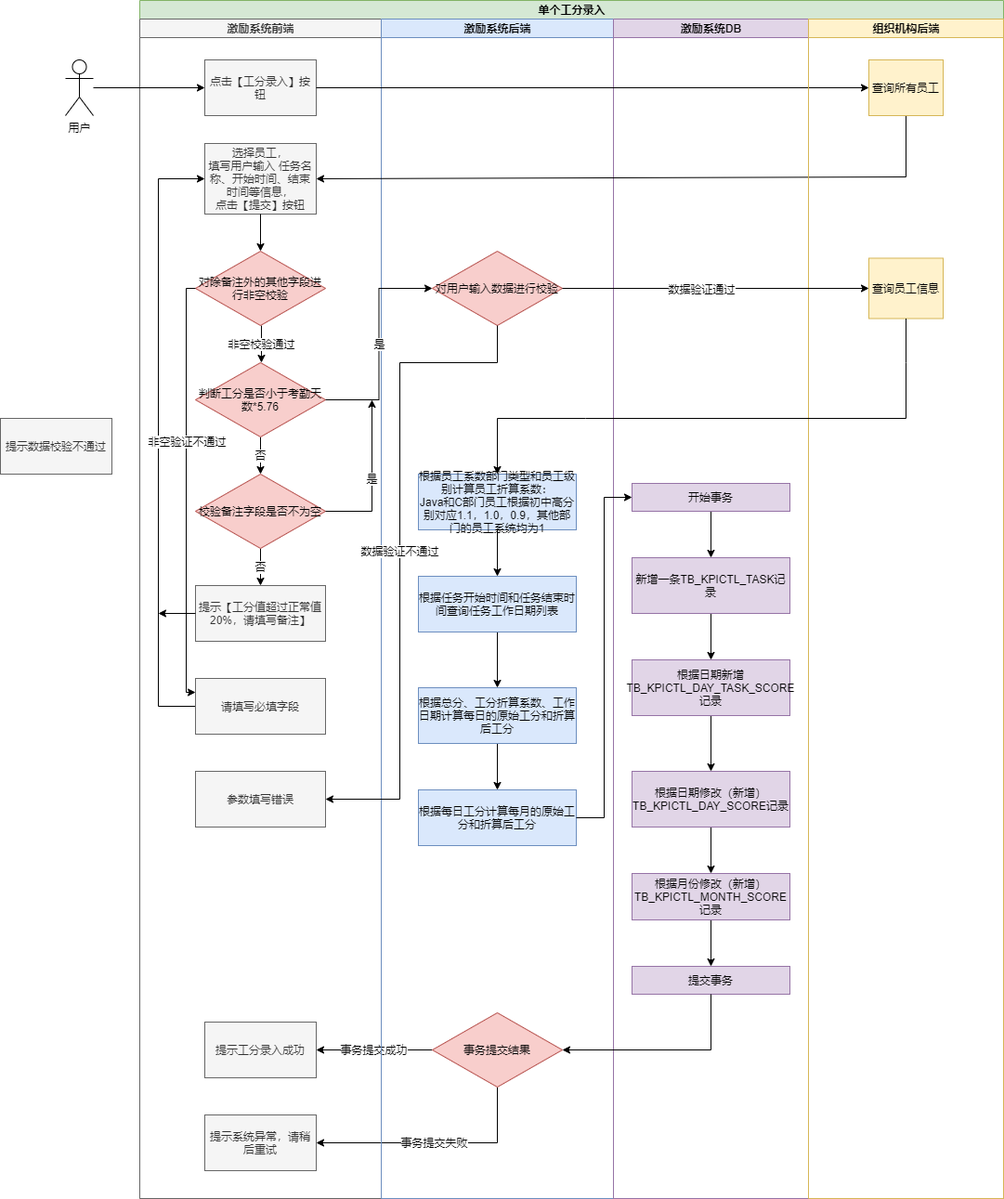
Above: 工分录入-单个工分录入.png in julingpu/coffee (draw.io), before the change. Source tidied: cells renumbered, new cells last; positions are measured from the earlier drawing's top-left corner, leaving out a move shared by most shapes. Its diagram source:
```xml
<mxGraphModel>
  <root>
    <mxCell id="0" />
    <mxCell id="1" parent="0" />
    <mxCell id="2" value="单个工分录入" style="swimlane;html=1;startSize=20;fillColor=#d5e8d4;strokeColor=#82b366;" parent="1" vertex="1">
      <mxGeometry x="150" width="930" height="1290" as="geometry" />
    </mxCell>
    <mxCell id="3" value="事务提交成功" style="edgeStyle=orthogonalEdgeStyle;rounded=0;jettySize=auto;html=1;exitX=0;exitY=0.5;exitDx=0;exitDy=0;entryX=1;entryY=0.5;entryDx=0;entryDy=0;" parent="2" edge="1" source="32" target="11">
      <mxGeometry relative="1" as="geometry" />
    </mxCell>
    <mxCell id="4" value="事务提交失败" style="edgeStyle=orthogonalEdgeStyle;rounded=0;jettySize=auto;html=1;exitX=0.5;exitY=1;exitDx=0;exitDy=0;entryX=1;entryY=0.5;entryDx=0;entryDy=0;" parent="2" edge="1" source="32" target="12">
      <mxGeometry relative="1" as="geometry" />
    </mxCell>
    <mxCell id="5" value="激励系统前端" style="swimlane;html=1;startSize=20;fillColor=#f5f5f5;strokeColor=#666666;fontColor=#333333;" parent="2" vertex="1">
      <mxGeometry y="20" width="260" height="1270" as="geometry" />
    </mxCell>
    <mxCell id="6" value="点击【工分录入】按钮" style="rounded=0;whiteSpace=wrap;html=1;fontFamily=Helvetica;fontSize=12;fontColor=#333333;align=center;fillColor=#f5f5f5;strokeColor=#666666;" parent="5" vertex="1">
      <mxGeometry x="70" y="44" width="120" height="60" as="geometry" />
    </mxCell>
    <mxCell id="7" value="选择员工，&lt;br&gt;填写用户输入 任务名称、开始时间、结束时间等信息，&lt;br&gt;&lt;div&gt;&lt;span&gt;点击【提交&lt;/span&gt;&lt;span&gt;】按钮&lt;/span&gt;&lt;/div&gt;" style="rounded=0;whiteSpace=wrap;html=1;fontFamily=Helvetica;fontSize=12;fontColor=#333333;align=center;fillColor=#f5f5f5;strokeColor=#666666;" parent="5" vertex="1">
      <mxGeometry x="70" y="134" width="120" height="76" as="geometry" />
    </mxCell>
    <mxCell id="8" style="endArrow=classic;html=1;entryX=0.5;entryY=0;entryDx=0;entryDy=0;exitX=0.5;exitY=1;exitDx=0;exitDy=0;" parent="5" edge="1" source="7" target="10">
      <mxGeometry relative="1" as="geometry" />
    </mxCell>
    <mxCell id="9" value="非空校验通过" style="edgeStyle=orthogonalEdgeStyle;rounded=0;jettySize=auto;html=1;exitX=0.5;exitY=1;exitDx=0;exitDy=0;entryX=0.507;entryY=0;entryDx=0;entryDy=0;entryPerimeter=0;" parent="5" edge="1" target="14">
      <mxGeometry relative="1" as="geometry">
        <mxPoint x="131" y="330" as="sourcePoint" />
      </mxGeometry>
    </mxCell>
    <mxCell id="10" value="对除备注外的其他字段进行非空校验" style="rhombus;whiteSpace=wrap;html=1;fillColor=#f8cecc;strokeColor=#b85450;" parent="5" vertex="1">
      <mxGeometry x="60" y="250" width="140" height="80" as="geometry" />
    </mxCell>
    <mxCell id="11" value="提示工分录入成功" style="rounded=0;whiteSpace=wrap;html=1;fontFamily=Helvetica;fontSize=12;fontColor=#333333;align=center;fillColor=#f5f5f5;strokeColor=#666666;" parent="5" vertex="1">
      <mxGeometry x="70" y="1080" width="120" height="60" as="geometry" />
    </mxCell>
    <mxCell id="12" value="提示系统异常，请稍后重试" style="rounded=0;whiteSpace=wrap;html=1;fontFamily=Helvetica;fontSize=12;fontColor=#333333;align=center;fillColor=#f5f5f5;strokeColor=#666666;" parent="5" vertex="1">
      <mxGeometry x="70" y="1180" width="120" height="60" as="geometry" />
    </mxCell>
    <mxCell id="13" value="否" style="edgeStyle=orthogonalEdgeStyle;rounded=0;jettySize=auto;html=1;exitX=0.5;exitY=1;exitDx=0;exitDy=0;entryX=0.5;entryY=0;entryDx=0;entryDy=0;" parent="5" edge="1" source="14" target="16">
      <mxGeometry relative="1" as="geometry" />
    </mxCell>
    <mxCell id="14" value="判断工分是否小于考勤天数*5.76" style="rhombus;whiteSpace=wrap;html=1;fillColor=#f8cecc;strokeColor=#b85450;" parent="5" vertex="1">
      <mxGeometry x="60" y="370" width="140" height="80" as="geometry" />
    </mxCell>
    <mxCell id="15" value="否" style="edgeStyle=orthogonalEdgeStyle;rounded=0;jettySize=auto;html=1;exitX=0.5;exitY=1;exitDx=0;exitDy=0;" parent="5" edge="1" source="16" target="17">
      <mxGeometry relative="1" as="geometry" />
    </mxCell>
    <mxCell id="16" value="校验备注字段是否不为空" style="rhombus;whiteSpace=wrap;html=1;fillColor=#f8cecc;strokeColor=#b85450;" parent="5" vertex="1">
      <mxGeometry x="60" y="490" width="140" height="80" as="geometry" />
    </mxCell>
    <mxCell id="17" value="提示【工分值超过正常值20%，请填写备注】" style="rounded=0;whiteSpace=wrap;html=1;fontFamily=Helvetica;fontSize=12;align=center;fillColor=#f5f5f5;strokeColor=#666666;fontColor=#333333;" parent="5" vertex="1">
      <mxGeometry x="60" y="610" width="140" height="60" as="geometry" />
    </mxCell>
    <mxCell id="18" style="edgeStyle=orthogonalEdgeStyle;rounded=0;jettySize=auto;html=1;exitX=0;exitY=0.5;exitDx=0;exitDy=0;entryX=0;entryY=0.5;entryDx=0;entryDy=0;" parent="5" edge="1" source="19" target="7">
      <mxGeometry relative="1" as="geometry">
        <Array as="points">
          <mxPoint x="20" y="740" />
          <mxPoint x="20" y="172" />
        </Array>
      </mxGeometry>
    </mxCell>
    <mxCell id="19" value="请填写必填字段" style="rounded=0;whiteSpace=wrap;html=1;fontFamily=Helvetica;fontSize=12;align=center;fillColor=#f5f5f5;strokeColor=#666666;fontColor=#333333;" parent="5" vertex="1">
      <mxGeometry x="60" y="710" width="140" height="60" as="geometry" />
    </mxCell>
    <mxCell id="20" style="endArrow=classic;html=1;exitX=0;exitY=0.5;exitDx=0;exitDy=0;entryX=0;entryY=0.25;entryDx=0;entryDy=0;rounded=0;" parent="5" edge="1" source="10" target="19">
      <mxGeometry relative="1" as="geometry">
        <Array as="points">
          <mxPoint x="50" y="290" />
          <mxPoint x="50" y="725" />
        </Array>
      </mxGeometry>
    </mxCell>
    <mxCell id="21" value="非空验证不通过" style="edgeLabel;html=1;align=center;verticalAlign=middle;" parent="20" vertex="1">
      <mxGeometry x="-0.23" relative="1" as="geometry" />
    </mxCell>
    <mxCell id="22" value="参数填写错误" style="rounded=0;whiteSpace=wrap;html=1;fontFamily=Helvetica;fontSize=12;align=center;fillColor=#f5f5f5;strokeColor=#666666;fontColor=#333333;" parent="5" vertex="1">
      <mxGeometry x="60" y="810" width="140" height="60" as="geometry" />
    </mxCell>
    <mxCell id="23" value="激励系统后端" style="swimlane;html=1;startSize=20;fillColor=#dae8fc;strokeColor=#6c8ebf;" parent="2" vertex="1">
      <mxGeometry x="260" y="20" width="250" height="1270" as="geometry" />
    </mxCell>
    <mxCell id="24" value="对用户输入数据进行校验" style="rhombus;whiteSpace=wrap;html=1;fillColor=#f8cecc;strokeColor=#b85450;" parent="23" vertex="1">
      <mxGeometry x="55" y="250" width="140" height="80" as="geometry" />
    </mxCell>
    <mxCell id="25" style="edgeStyle=orthogonalEdgeStyle;rounded=0;jettySize=auto;html=1;exitX=0.5;exitY=1;exitDx=0;exitDy=0;entryX=0.5;entryY=0;entryDx=0;entryDy=0;" parent="23" edge="1" source="26" target="30">
      <mxGeometry relative="1" as="geometry" />
    </mxCell>
    <mxCell id="26" value="根据员工系数部门类型和员工级别计算员工折算系数：&lt;br&gt;Java和C部门员工根据初中高分别对应1.1，1.0，0.9，其他部门的员工系统均为1" style="rounded=0;whiteSpace=wrap;html=1;fontFamily=Helvetica;fontSize=12;align=center;fillColor=#dae8fc;strokeColor=#6c8ebf;" parent="23" vertex="1">
      <mxGeometry x="40" y="490" width="170" height="60" as="geometry" />
    </mxCell>
    <mxCell id="27" style="edgeStyle=orthogonalEdgeStyle;rounded=0;jettySize=auto;html=1;exitX=0.5;exitY=1;exitDx=0;exitDy=0;entryX=0.5;entryY=0;entryDx=0;entryDy=0;" parent="23" edge="1" source="28" target="31">
      <mxGeometry relative="1" as="geometry" />
    </mxCell>
    <mxCell id="28" value="根据总分、工分折算系数、工作日期计算每日的原始工分和折算后工分" style="rounded=0;whiteSpace=wrap;html=1;fontFamily=Helvetica;fontSize=12;align=center;fillColor=#dae8fc;strokeColor=#6c8ebf;" parent="23" vertex="1">
      <mxGeometry x="40" y="720" width="170" height="60" as="geometry" />
    </mxCell>
    <mxCell id="29" style="edgeStyle=orthogonalEdgeStyle;rounded=0;jettySize=auto;html=1;exitX=0.5;exitY=1;exitDx=0;exitDy=0;" parent="23" edge="1" source="30" target="28">
      <mxGeometry relative="1" as="geometry" />
    </mxCell>
    <mxCell id="30" value="根据任务开始时间和任务结束时间查询任务工作日期列表" style="rounded=0;whiteSpace=wrap;html=1;fontFamily=Helvetica;fontSize=12;align=center;fillColor=#dae8fc;strokeColor=#6c8ebf;" parent="23" vertex="1">
      <mxGeometry x="40" y="600" width="170" height="60" as="geometry" />
    </mxCell>
    <mxCell id="31" value="根据每日工分计算每月的原始工分和折算后工分" style="rounded=0;whiteSpace=wrap;html=1;fontFamily=Helvetica;fontSize=12;align=center;fillColor=#dae8fc;strokeColor=#6c8ebf;" parent="23" vertex="1">
      <mxGeometry x="40" y="830" width="170" height="60" as="geometry" />
    </mxCell>
    <mxCell id="32" value="事务提交结果" style="rhombus;whiteSpace=wrap;html=1;fillColor=#f8cecc;strokeColor=#b85450;" parent="23" vertex="1">
      <mxGeometry x="55" y="1070" width="140" height="80" as="geometry" />
    </mxCell>
    <mxCell id="33" value="激励系统DB" style="swimlane;html=1;startSize=20;fillColor=#e1d5e7;strokeColor=#9673a6;" parent="2" vertex="1">
      <mxGeometry x="510" y="20" width="210" height="1270" as="geometry" />
    </mxCell>
    <mxCell id="34" style="edgeStyle=orthogonalEdgeStyle;rounded=0;jettySize=auto;html=1;exitX=0.5;exitY=1;exitDx=0;exitDy=0;" parent="33" edge="1" source="35" target="37">
      <mxGeometry relative="1" as="geometry" />
    </mxCell>
    <mxCell id="35" value="新增一条TB_KPICTL_TASK记录" style="rounded=0;whiteSpace=wrap;html=1;fontFamily=Helvetica;fontSize=12;align=center;fillColor=#e1d5e7;strokeColor=#9673a6;" parent="33" vertex="1">
      <mxGeometry x="20" y="580" width="170" height="60" as="geometry" />
    </mxCell>
    <mxCell id="36" style="edgeStyle=orthogonalEdgeStyle;rounded=0;jettySize=auto;html=1;exitX=0.5;exitY=1;exitDx=0;exitDy=0;entryX=0.5;entryY=0;entryDx=0;entryDy=0;" parent="33" edge="1" source="37" target="39">
      <mxGeometry relative="1" as="geometry" />
    </mxCell>
    <mxCell id="37" value="根据日期新增TB_KPICTL_DAY_TASK_SCORE记录" style="rounded=0;whiteSpace=wrap;html=1;fontFamily=Helvetica;fontSize=12;align=center;fillColor=#e1d5e7;strokeColor=#9673a6;" parent="33" vertex="1">
      <mxGeometry x="20" y="690" width="170" height="60" as="geometry" />
    </mxCell>
    <mxCell id="38" style="edgeStyle=orthogonalEdgeStyle;rounded=0;jettySize=auto;html=1;exitX=0.5;exitY=1;exitDx=0;exitDy=0;entryX=0.5;entryY=0;entryDx=0;entryDy=0;" parent="33" edge="1" source="39" target="41">
      <mxGeometry relative="1" as="geometry" />
    </mxCell>
    <mxCell id="39" value="根据日期修改（新增）TB_KPICTL_DAY_SCORE记录" style="rounded=0;whiteSpace=wrap;html=1;fontFamily=Helvetica;fontSize=12;align=center;fillColor=#e1d5e7;strokeColor=#9673a6;" parent="33" vertex="1">
      <mxGeometry x="20" y="810" width="170" height="60" as="geometry" />
    </mxCell>
    <mxCell id="40" style="edgeStyle=orthogonalEdgeStyle;rounded=0;jettySize=auto;html=1;exitX=0.5;exitY=1;exitDx=0;exitDy=0;entryX=0.5;entryY=0;entryDx=0;entryDy=0;" parent="33" edge="1" source="41" target="44">
      <mxGeometry relative="1" as="geometry" />
    </mxCell>
    <mxCell id="41" value="根据月份修改（新增）TB_KPICTL_MONTH_SCORE记录" style="rounded=0;whiteSpace=wrap;html=1;fontFamily=Helvetica;fontSize=12;align=center;fillColor=#e1d5e7;strokeColor=#9673a6;" parent="33" vertex="1">
      <mxGeometry x="20" y="920" width="170" height="50" as="geometry" />
    </mxCell>
    <mxCell id="42" style="edgeStyle=orthogonalEdgeStyle;rounded=0;jettySize=auto;html=1;exitX=0.5;exitY=1;exitDx=0;exitDy=0;" parent="33" edge="1" source="43" target="35">
      <mxGeometry relative="1" as="geometry" />
    </mxCell>
    <mxCell id="43" value="开始事务" style="rounded=0;whiteSpace=wrap;html=1;fontFamily=Helvetica;fontSize=12;align=center;fillColor=#e1d5e7;strokeColor=#9673a6;" parent="33" vertex="1">
      <mxGeometry x="20" y="500" width="170" height="30" as="geometry" />
    </mxCell>
    <mxCell id="44" value="提交事务" style="rounded=0;whiteSpace=wrap;html=1;fontFamily=Helvetica;fontSize=12;align=center;fillColor=#e1d5e7;strokeColor=#9673a6;" parent="33" vertex="1">
      <mxGeometry x="20" y="1020" width="170" height="30" as="geometry" />
    </mxCell>
    <mxCell id="45" style="endArrow=classic;html=1;entryX=0;entryY=0.5;entryDx=0;entryDy=0;" parent="2" edge="1" source="6" target="48">
      <mxGeometry relative="1" as="geometry" />
    </mxCell>
    <mxCell id="46" style="endArrow=classic;html=1;exitX=0.5;exitY=1;exitDx=0;exitDy=0;entryX=1;entryY=0.5;entryDx=0;entryDy=0;rounded=0;" parent="2" edge="1" source="48" target="7">
      <mxGeometry relative="1" as="geometry">
        <Array as="points">
          <mxPoint x="825" y="190" />
        </Array>
      </mxGeometry>
    </mxCell>
    <mxCell id="47" value="组织机构后端" style="swimlane;html=1;startSize=20;fillColor=#fff2cc;strokeColor=#d6b656;" parent="2" vertex="1">
      <mxGeometry x="720" y="20" width="210" height="1270" as="geometry" />
    </mxCell>
    <mxCell id="48" value="查询所有员工" style="rounded=0;whiteSpace=wrap;html=1;fontFamily=Helvetica;fontSize=12;align=center;fillColor=#fff2cc;strokeColor=#d6b656;" parent="47" vertex="1">
      <mxGeometry x="65" y="44" width="80" height="60" as="geometry" />
    </mxCell>
    <mxCell id="49" value="查询员工信息" style="rounded=0;whiteSpace=wrap;html=1;fontFamily=Helvetica;fontSize=12;align=center;fillColor=#fff2cc;strokeColor=#d6b656;" parent="47" vertex="1">
      <mxGeometry x="65" y="257.5" width="80" height="65" as="geometry" />
    </mxCell>
    <mxCell id="50" style="endArrow=classic;html=1;exitX=0.5;exitY=1;exitDx=0;exitDy=0;entryX=0.5;entryY=0;entryDx=0;entryDy=0;rounded=0;" parent="2" edge="1" source="49" target="26">
      <mxGeometry relative="1" as="geometry">
        <Array as="points">
          <mxPoint x="825" y="390" />
          <mxPoint x="825" y="450" />
          <mxPoint x="480" y="450" />
          <mxPoint x="385" y="450" />
        </Array>
      </mxGeometry>
    </mxCell>
    <mxCell id="51" style="edgeStyle=orthogonalEdgeStyle;rounded=0;jettySize=auto;html=1;exitX=1;exitY=0.5;exitDx=0;exitDy=0;entryX=0;entryY=0.5;entryDx=0;entryDy=0;" parent="2" edge="1" source="24" target="49">
      <mxGeometry relative="1" as="geometry" />
    </mxCell>
    <mxCell id="52" value="数据验证通过" style="edgeLabel;html=1;align=center;verticalAlign=middle;" parent="51" vertex="1">
      <mxGeometry x="-0.1" relative="1" as="geometry" />
    </mxCell>
    <mxCell id="53" style="edgeStyle=orthogonalEdgeStyle;rounded=0;jettySize=auto;html=1;exitX=1;exitY=0.5;exitDx=0;exitDy=0;entryX=0;entryY=0.5;entryDx=0;entryDy=0;" parent="2" edge="1" source="31" target="43">
      <mxGeometry relative="1" as="geometry" />
    </mxCell>
    <mxCell id="54" style="edgeStyle=orthogonalEdgeStyle;rounded=0;jettySize=auto;html=1;exitX=0.5;exitY=1;exitDx=0;exitDy=0;entryX=1;entryY=0.5;entryDx=0;entryDy=0;" parent="2" edge="1" source="44" target="32">
      <mxGeometry relative="1" as="geometry" />
    </mxCell>
    <mxCell id="55" value="数据验证不通过" style="edgeStyle=orthogonalEdgeStyle;rounded=0;jettySize=auto;html=1;exitX=0.5;exitY=1;exitDx=0;exitDy=0;entryX=1;entryY=0.5;entryDx=0;entryDy=0;" parent="2" edge="1" source="24" target="22">
      <mxGeometry relative="1" as="geometry">
        <Array as="points">
          <mxPoint x="385" y="390" />
          <mxPoint x="280" y="390" />
          <mxPoint x="280" y="860" />
        </Array>
      </mxGeometry>
    </mxCell>
    <mxCell id="56" value="是" style="edgeStyle=orthogonalEdgeStyle;rounded=0;jettySize=auto;html=1;exitX=1;exitY=0.5;exitDx=0;exitDy=0;entryX=0;entryY=0.5;entryDx=0;entryDy=0;" parent="2" edge="1" source="14" target="24">
      <mxGeometry relative="1" as="geometry" />
    </mxCell>
    <mxCell id="57" style="edgeStyle=orthogonalEdgeStyle;rounded=0;jettySize=auto;html=1;entryX=0;entryY=0.5;entryDx=0;entryDy=0;" parent="1" edge="1" source="58" target="6">
      <mxGeometry relative="1" as="geometry" />
    </mxCell>
    <mxCell id="58" value="用户" style="shape=umlActor;verticalLabelPosition=bottom;verticalAlign=top;html=1;outlineConnect=0;" parent="1" vertex="1">
      <mxGeometry x="70" y="64" width="30" height="60" as="geometry" />
    </mxCell>
    <mxCell id="59" value="提示数据校验不通过" style="rounded=0;whiteSpace=wrap;html=1;fontFamily=Helvetica;fontSize=12;fontColor=#333333;align=center;fillColor=#f5f5f5;strokeColor=#666666;" parent="1" vertex="1">
      <mxGeometry y="450" width="120" height="60" as="geometry" />
    </mxCell>
    <mxCell id="60" style="edgeStyle=orthogonalEdgeStyle;rounded=0;jettySize=auto;html=1;exitX=0;exitY=0.5;exitDx=0;exitDy=0;" parent="1" edge="1" source="17">
      <mxGeometry relative="1" as="geometry">
        <mxPoint x="170" y="660" as="targetPoint" />
      </mxGeometry>
    </mxCell>
    <mxCell id="61" value="是" style="edgeStyle=orthogonalEdgeStyle;rounded=0;jettySize=auto;html=1;exitX=1;exitY=0.5;exitDx=0;exitDy=0;" parent="1" edge="1" source="16">
      <mxGeometry relative="1" as="geometry">
        <mxPoint x="400" y="430" as="targetPoint" />
      </mxGeometry>
    </mxCell>
  </root>
</mxGraphModel>
```
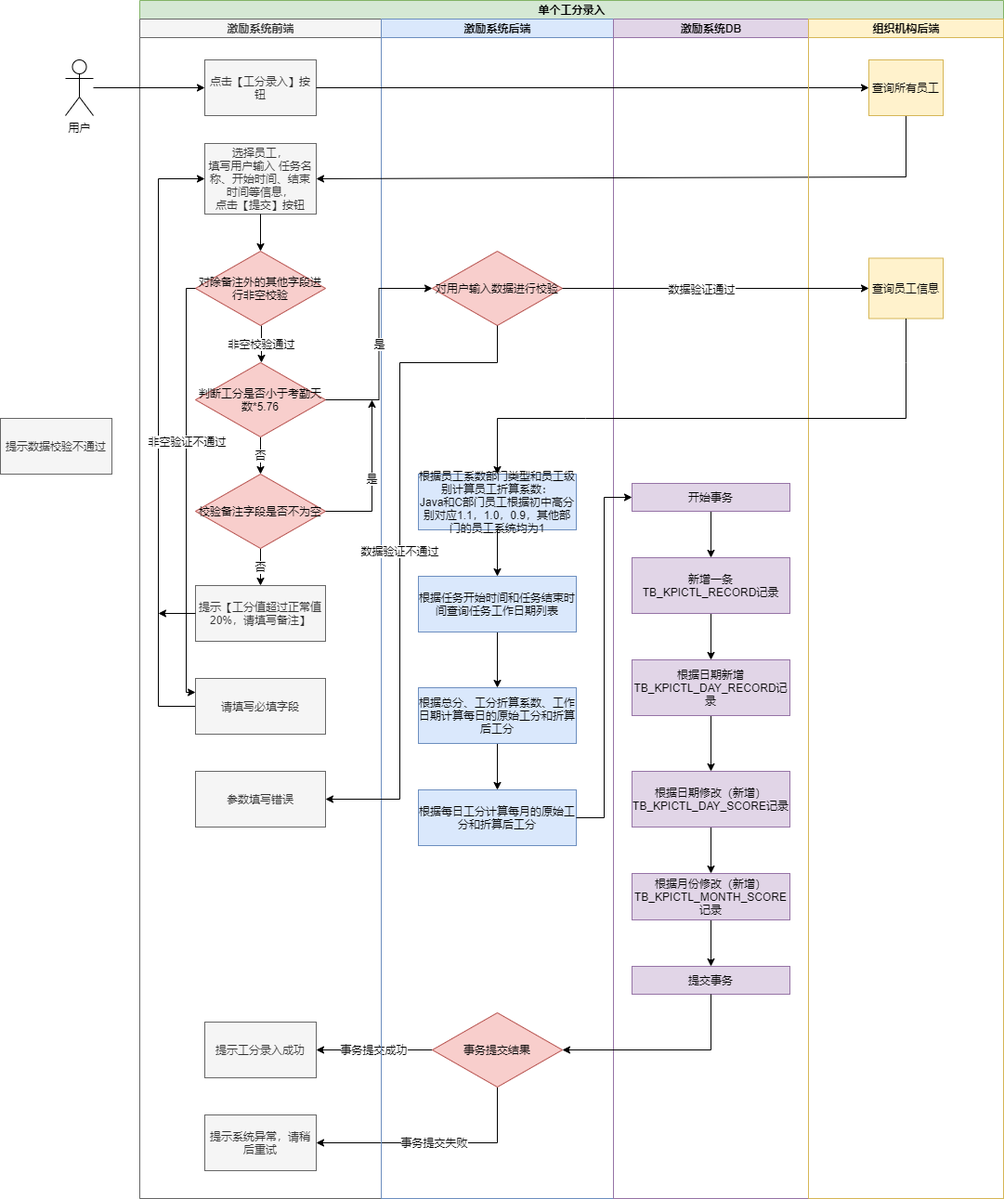
The same file after the commit.

Commit message:
Update 工分录入-单个工分录入.png

Change to the diagram source:
```diff
@@ -113,13 +113,13 @@
     <mxCell id="34" style="edgeStyle=orthogonalEdgeStyle;rounded=0;jettySize=auto;html=1;exitX=0.5;exitY=1;exitDx=0;exitDy=0;" parent="33" edge="1" source="35" target="37">
       <mxGeometry relative="1" as="geometry" />
     </mxCell>
-    <mxCell id="35" value="新增一条TB_KPICTL_TASK记录" style="rounded=0;whiteSpace=wrap;html=1;fontFamily=Helvetica;fontSize=12;align=center;fillColor=#e1d5e7;strokeColor=#9673a6;" parent="33" vertex="1">
+    <mxCell id="35" value="新增一条TB_KPICTL_RECORD记录" style="rounded=0;whiteSpace=wrap;html=1;fontFamily=Helvetica;fontSize=12;align=center;fillColor=#e1d5e7;strokeColor=#9673a6;" parent="33" vertex="1">
       <mxGeometry x="20" y="580" width="170" height="60" as="geometry" />
     </mxCell>
     <mxCell id="36" style="edgeStyle=orthogonalEdgeStyle;rounded=0;jettySize=auto;html=1;exitX=0.5;exitY=1;exitDx=0;exitDy=0;entryX=0.5;entryY=0;entryDx=0;entryDy=0;" parent="33" edge="1" source="37" target="39">
       <mxGeometry relative="1" as="geometry" />
     </mxCell>
-    <mxCell id="37" value="根据日期新增TB_KPICTL_DAY_TASK_SCORE记录" style="rounded=0;whiteSpace=wrap;html=1;fontFamily=Helvetica;fontSize=12;align=center;fillColor=#e1d5e7;strokeColor=#9673a6;" parent="33" vertex="1">
+    <mxCell id="37" value="根据日期新增TB_KPICTL_DAY_RECORD记录" style="rounded=0;whiteSpace=wrap;html=1;fontFamily=Helvetica;fontSize=12;align=center;fillColor=#e1d5e7;strokeColor=#9673a6;" parent="33" vertex="1">
       <mxGeometry x="20" y="690" width="170" height="60" as="geometry" />
     </mxCell>
     <mxCell id="38" style="edgeStyle=orthogonalEdgeStyle;rounded=0;jettySize=auto;html=1;exitX=0.5;exitY=1;exitDx=0;exitDy=0;entryX=0.5;entryY=0;entryDx=0;entryDy=0;" parent="33" edge="1" source="39" target="41">
```
